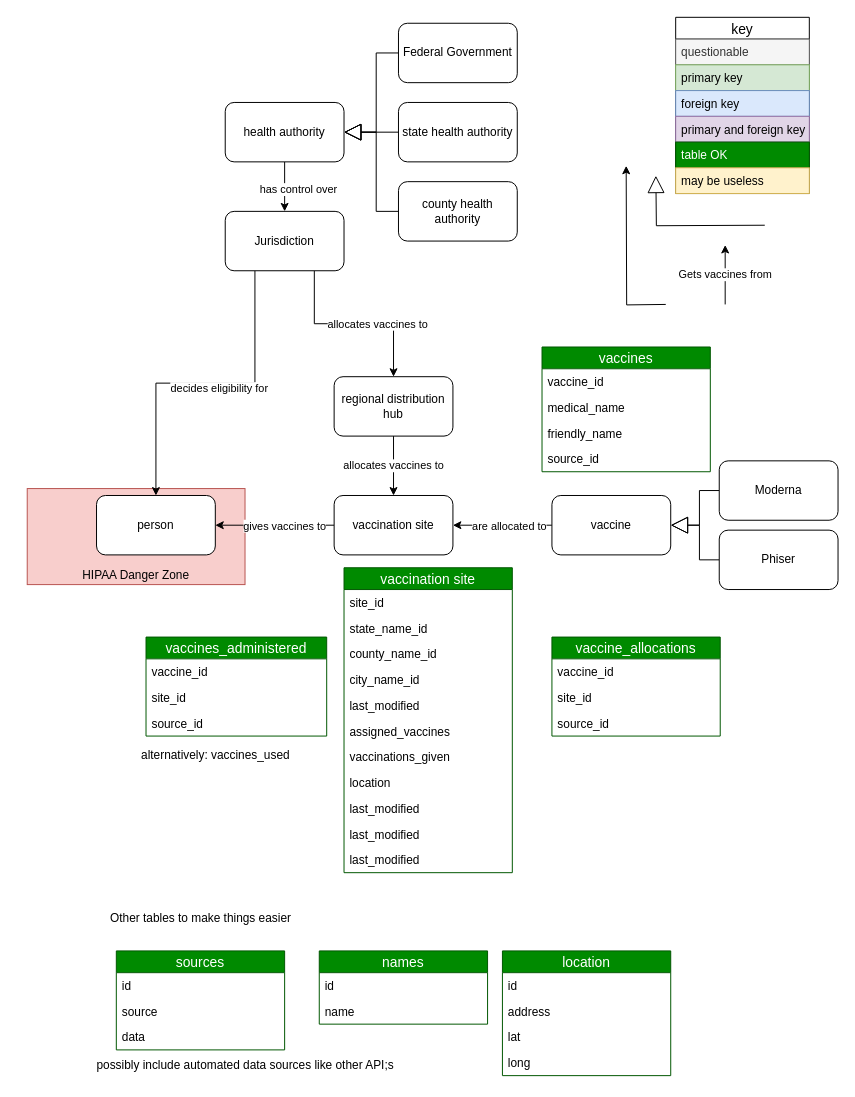
This is Domain Model.drawio from VacFind/Documentation, a draw.io file, before an edit. Source tidied: cells renumbered, new cells numbered last; positions are measured from the earlier drawing's top-left corner, leaving out a move shared by most shapes. Both pictures are drawn from the tidied source at 99%, with x=0, y=0 at pixel (27, 17).
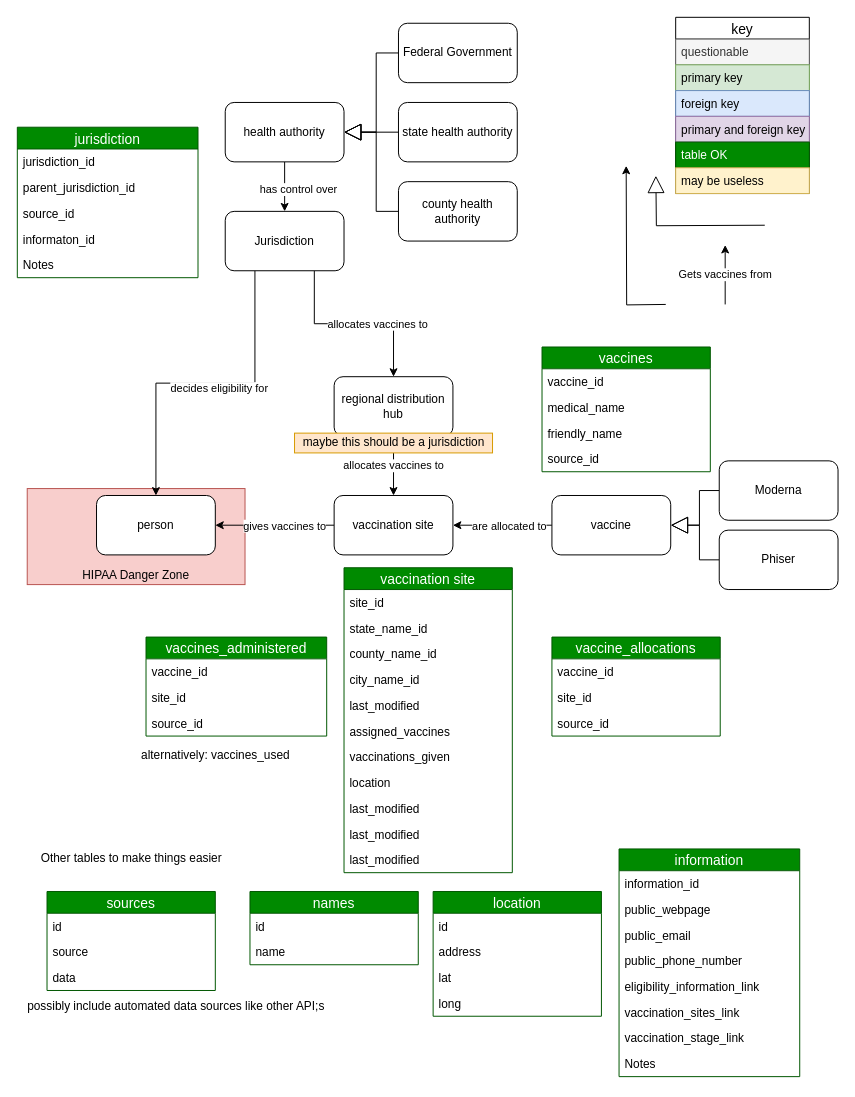
Above is the later version.

Commit message:
add jurisdiction table

Change to the diagram source:
```diff
@@
+    <mxCell id="79" value="jurisdiction" style="swimlane;fontStyle=0;horizontal=1;startSize=22;fillColor=#008a00;swimlaneFillColor=#ffffff;align=center;fontSize=14;strokeColor=#005700;fontColor=#ffffff;" parent="1" vertex="1">
+      <mxGeometry x="-10" y="111" width="182.5" height="152" as="geometry" />
+    </mxCell>
+    <mxCell id="80" value="jurisdiction_id" style="text;spacingLeft=4;spacingRight=4;overflow=hidden;fontSize=12;" parent="79" vertex="1">
+      <mxGeometry y="22" width="182.5" height="26" as="geometry" />
+    </mxCell>
+    <mxCell id="81" value="parent_jurisdiction_id" style="text;spacingLeft=4;spacingRight=4;overflow=hidden;fontSize=12;" parent="79" vertex="1">
+      <mxGeometry y="48" width="182.5" height="26" as="geometry" />
+    </mxCell>
+    <mxCell id="82" value="source_id" style="text;strokeColor=none;fillColor=none;spacingLeft=4;spacingRight=4;overflow=hidden;fontSize=12;" parent="79" vertex="1">
+      <mxGeometry y="74" width="182.5" height="26" as="geometry" />
+    </mxCell>
+    <mxCell id="83" value="informaton_id" style="text;strokeColor=none;fillColor=none;spacingLeft=4;spacingRight=4;overflow=hidden;fontSize=12;" parent="79" vertex="1">
+      <mxGeometry y="100" width="182.5" height="26" as="geometry" />
+    </mxCell>
+    <mxCell id="84" value="Notes" style="text;strokeColor=none;fillColor=none;spacingLeft=4;spacingRight=4;overflow=hidden;fontSize=12;" parent="79" vertex="1">
+      <mxGeometry y="126" width="182.5" height="26" as="geometry" />
+    </mxCell>
@@
     <mxCell id="33" value="Other tables to make things easier" style="text;html=1;align=center;verticalAlign=middle;" parent="1" vertex="1">
-      <mxGeometry x="75" y="900" width="200" height="20" as="geometry" />
+      <mxGeometry x="5" y="840" width="200" height="20" as="geometry" />
     </mxCell>
     <mxCell id="34" value="possibly include automated data sources like other API;s" style="text;html=1;align=center;verticalAlign=middle;" parent="1" vertex="1">
-      <mxGeometry x="60" y="1049" width="320" height="20" as="geometry" />
+      <mxGeometry x="-10" y="989" width="320" height="20" as="geometry" />
     </mxCell>
@@
     <mxCell id="67" value="names" style="swimlane;fontStyle=0;horizontal=1;startSize=22;fillColor=#008a00;swimlaneFillColor=#ffffff;align=center;fontSize=14;strokeColor=#005700;fontColor=#ffffff;" parent="1" vertex="1">
-      <mxGeometry x="295" y="943" width="170" height="74" as="geometry" />
+      <mxGeometry x="225" y="883" width="170" height="74" as="geometry" />
     </mxCell>
@@
     <mxCell id="70" value="sources" style="swimlane;fontStyle=0;horizontal=1;startSize=22;fillColor=#008a00;swimlaneFillColor=#ffffff;align=center;fontSize=14;strokeColor=#005700;fontColor=#ffffff;" parent="1" vertex="1">
-      <mxGeometry x="90" y="943" width="170" height="100" as="geometry" />
+      <mxGeometry x="20" y="883" width="170" height="100" as="geometry" />
     </mxCell>
@@
     <mxCell id="74" value="location" style="swimlane;fontStyle=0;horizontal=1;startSize=22;fillColor=#008a00;swimlaneFillColor=#ffffff;align=center;fontSize=14;strokeColor=#005700;fontColor=#ffffff;" parent="1" vertex="1">
-      <mxGeometry x="480" y="943" width="170" height="126" as="geometry" />
+      <mxGeometry x="410" y="883" width="170" height="126" as="geometry" />
     </mxCell>
@@
+    <mxCell id="85" value="information" style="swimlane;fontStyle=0;horizontal=1;startSize=22;fillColor=#008a00;swimlaneFillColor=#ffffff;align=center;fontSize=14;strokeColor=#005700;fontColor=#ffffff;" parent="1" vertex="1">
+      <mxGeometry x="597.8" y="840" width="182.5" height="230" as="geometry" />
+    </mxCell>
+    <mxCell id="86" value="information_id" style="text;spacingLeft=4;spacingRight=4;overflow=hidden;fontSize=12;" parent="85" vertex="1">
+      <mxGeometry y="22" width="182.5" height="26" as="geometry" />
+    </mxCell>
+    <mxCell id="87" value="public_webpage" style="text;strokeColor=none;fillColor=none;spacingLeft=4;spacingRight=4;overflow=hidden;fontSize=12;" parent="85" vertex="1">
+      <mxGeometry y="48" width="182.5" height="26" as="geometry" />
+    </mxCell>
+    <mxCell id="88" value="public_email" style="text;strokeColor=none;fillColor=none;spacingLeft=4;spacingRight=4;overflow=hidden;fontSize=12;" parent="85" vertex="1">
+      <mxGeometry y="74" width="182.5" height="26" as="geometry" />
+    </mxCell>
+    <mxCell id="89" value="public_phone_number" style="text;strokeColor=none;fillColor=none;spacingLeft=4;spacingRight=4;overflow=hidden;fontSize=12;" parent="85" vertex="1">
+      <mxGeometry y="100" width="182.5" height="26" as="geometry" />
+    </mxCell>
+    <mxCell id="90" value="eligibility_information_link" style="text;strokeColor=none;fillColor=none;spacingLeft=4;spacingRight=4;overflow=hidden;fontSize=12;" parent="85" vertex="1">
+      <mxGeometry y="126" width="182.5" height="26" as="geometry" />
+    </mxCell>
+    <mxCell id="91" value="vaccination_sites_link" style="text;strokeColor=none;fillColor=none;spacingLeft=4;spacingRight=4;overflow=hidden;fontSize=12;" parent="85" vertex="1">
+      <mxGeometry y="152" width="182.5" height="26" as="geometry" />
+    </mxCell>
+    <mxCell id="92" value="vaccination_stage_link" style="text;strokeColor=none;fillColor=none;spacingLeft=4;spacingRight=4;overflow=hidden;fontSize=12;" parent="85" vertex="1">
+      <mxGeometry y="178" width="182.5" height="26" as="geometry" />
+    </mxCell>
+    <mxCell id="93" value="Notes" style="text;strokeColor=none;fillColor=none;spacingLeft=4;spacingRight=4;overflow=hidden;fontSize=12;" parent="85" vertex="1">
+      <mxGeometry y="204" width="182.5" height="26" as="geometry" />
+    </mxCell>
+    <mxCell id="94" value="maybe this should be a jurisdiction" style="text;html=1;align=center;verticalAlign=middle;fillColor=#ffe6cc;strokeColor=#d79b00;" parent="1" vertex="1">
+      <mxGeometry x="270" y="420" width="200" height="20" as="geometry" />
+    </mxCell>
```
